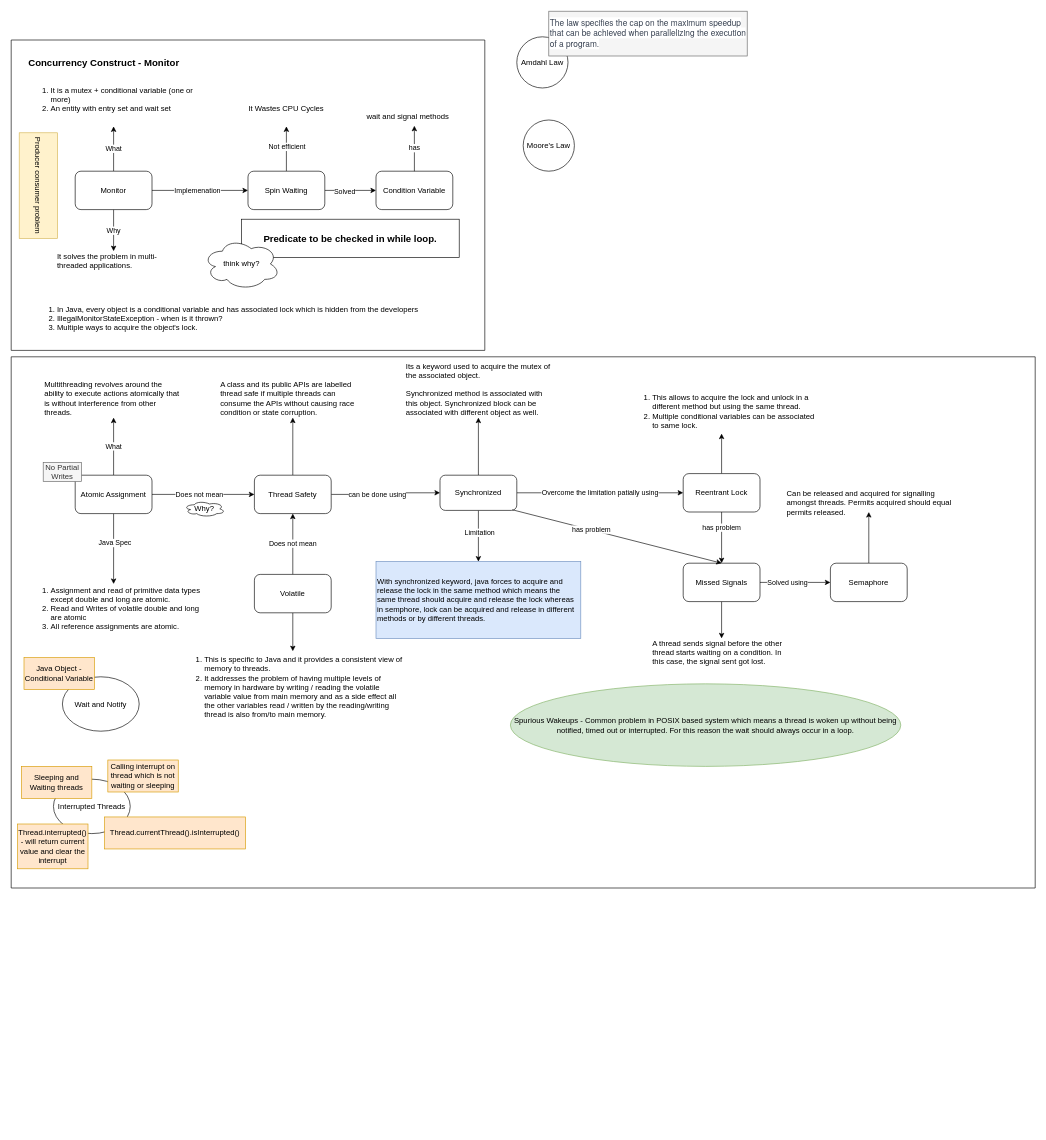
Above: multithreading-java.drawio in balaprojects/graphical_notes (draw.io), before the change. Source tidied: cells renumbered, new cells numbered last; positions are measured from the earlier drawing's top-left corner, leaving out a move shared by most shapes. Both pictures are drawn from the tidied source at 64%, with x=0, y=0 at pixel (-15, 11).
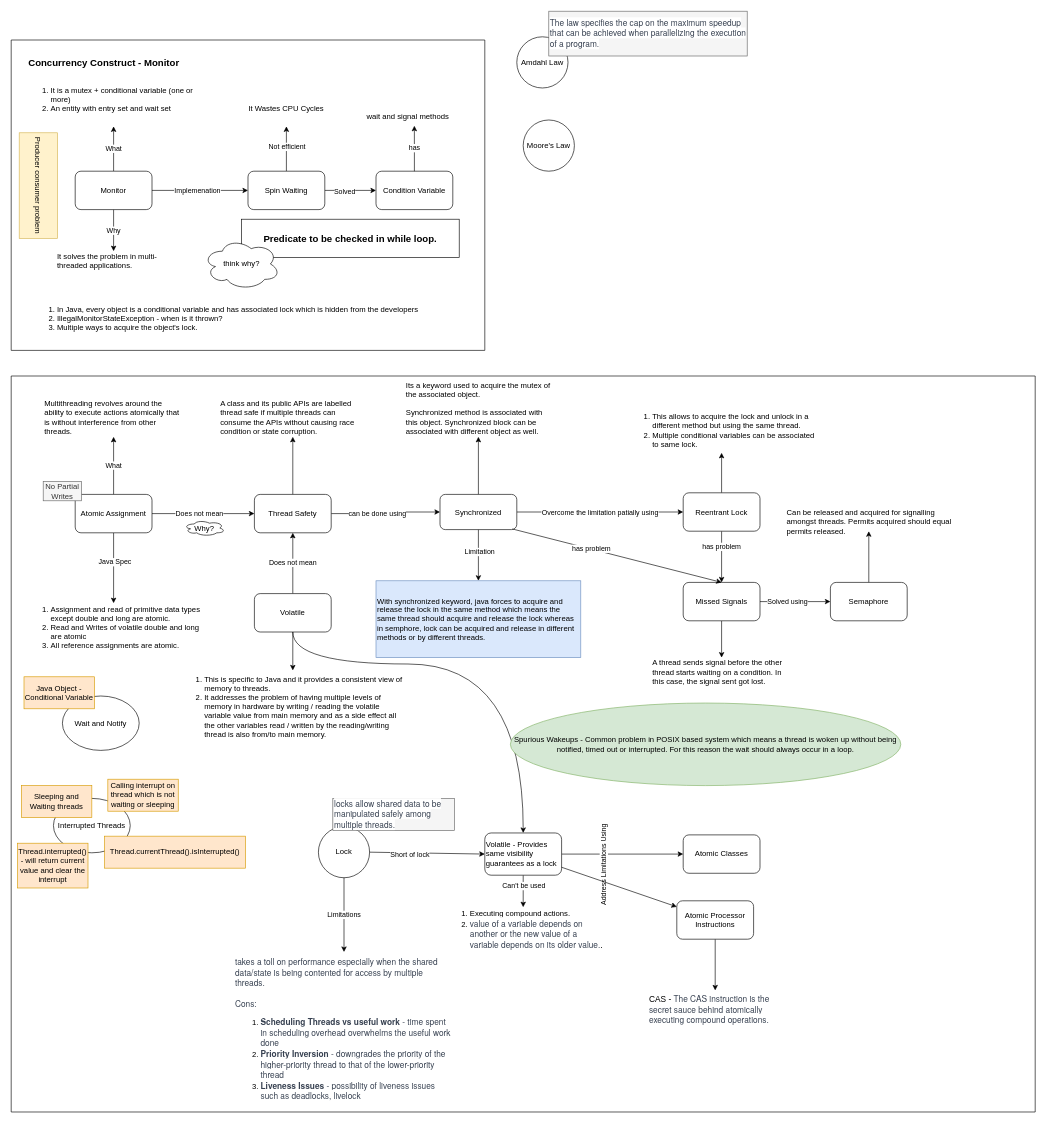
Above is the later version.

The change refers to these unchanged cells:
```xml
<mxCell id="59" value="Volatile" style="rounded=1;whiteSpace=wrap;html=1;" parent="26" vertex="1">
  <mxGeometry x="380" y="340" width="120" height="60" as="geometry" />
</mxCell>
```

Diff of the diagram source:
```diff
@@
     <mxCell id="26" style="swimlane;startSize=0;" parent="1" vertex="1">
-      <mxGeometry x="40" y="540" width="1600" height="830" as="geometry" />
+      <mxGeometry x="40" y="570" width="1600" height="1150" as="geometry" />
     </mxCell>
@@
+    <mxCell id="78" style="edgeStyle=orthogonalEdgeStyle;rounded=0;jettySize=auto;html=1;entryX=0.5;entryY=0;entryDx=0;entryDy=0;curved=1;" parent="26" edge="1" source="59" target="87">
+      <mxGeometry relative="1" as="geometry">
+        <Array as="points">
+          <mxPoint x="440" y="450" />
+          <mxPoint x="800" y="450" />
+        </Array>
+      </mxGeometry>
+    </mxCell>
@@
+    <mxCell id="79" value="Lock" style="ellipse;whiteSpace=wrap;html=1;" parent="26" vertex="1">
+      <mxGeometry x="480" y="704" width="80" height="80" as="geometry" />
+    </mxCell>
+    <mxCell id="80" value="&lt;span style=&quot;color: rgb(55, 65, 81); font-family: &amp;quot;Helvetica Neue&amp;quot;, &amp;quot;SF Pro Display&amp;quot;, Arial, Roboto, system-ui, Georgia, serif; background-color: rgb(255, 255, 255);&quot;&gt;&lt;font style=&quot;font-size: 13px;&quot;&gt;locks allow shared data to be manipulated safely among multiple threads.&lt;/font&gt;&lt;/span&gt;" style="text;html=1;align=left;verticalAlign=middle;whiteSpace=wrap;rounded=0;fillColor=#f5f5f5;strokeColor=#666666;fontColor=#333333;" parent="26" vertex="1">
+      <mxGeometry x="502.5" y="660" width="190" height="50" as="geometry" />
+    </mxCell>
+    <mxCell id="81" value="&lt;div&gt;&lt;span style=&quot;color: rgb(55, 65, 81); font-family: &amp;quot;Helvetica Neue&amp;quot;, &amp;quot;SF Pro Display&amp;quot;, Arial, Roboto, system-ui, Georgia, serif; background-color: rgb(255, 255, 255);&quot;&gt;&lt;font style=&quot;font-size: 13px;&quot;&gt;&lt;br&gt;&lt;/font&gt;&lt;/span&gt;&lt;/div&gt;&lt;div&gt;&lt;span style=&quot;color: rgb(55, 65, 81); font-family: &amp;quot;Helvetica Neue&amp;quot;, &amp;quot;SF Pro Display&amp;quot;, Arial, Roboto, system-ui, Georgia, serif; background-color: rgb(255, 255, 255);&quot;&gt;&lt;font style=&quot;font-size: 13px;&quot;&gt;&lt;br&gt;&lt;/font&gt;&lt;/span&gt;&lt;/div&gt;&lt;div&gt;&lt;span style=&quot;color: rgb(55, 65, 81); font-family: &amp;quot;Helvetica Neue&amp;quot;, &amp;quot;SF Pro Display&amp;quot;, Arial, Roboto, system-ui, Georgia, serif; background-color: rgb(255, 255, 255);&quot;&gt;&lt;font style=&quot;font-size: 13px;&quot;&gt;&lt;br&gt;&lt;/font&gt;&lt;/span&gt;&lt;/div&gt;&lt;div&gt;&lt;span style=&quot;color: rgb(55, 65, 81); font-family: &amp;quot;Helvetica Neue&amp;quot;, &amp;quot;SF Pro Display&amp;quot;, Arial, Roboto, system-ui, Georgia, serif; background-color: rgb(255, 255, 255);&quot;&gt;&lt;font style=&quot;font-size: 13px;&quot;&gt;&lt;br&gt;&lt;/font&gt;&lt;/span&gt;&lt;/div&gt;&lt;div&gt;&lt;span style=&quot;color: rgb(55, 65, 81); font-family: &amp;quot;Helvetica Neue&amp;quot;, &amp;quot;SF Pro Display&amp;quot;, Arial, Roboto, system-ui, Georgia, serif; background-color: rgb(255, 255, 255);&quot;&gt;&lt;font style=&quot;font-size: 13px;&quot;&gt;&lt;br&gt;&lt;/font&gt;&lt;/span&gt;&lt;/div&gt;&lt;div&gt;&lt;span style=&quot;color: rgb(55, 65, 81); font-family: &amp;quot;Helvetica Neue&amp;quot;, &amp;quot;SF Pro Display&amp;quot;, Arial, Roboto, system-ui, Georgia, serif; background-color: rgb(255, 255, 255);&quot;&gt;&lt;font style=&quot;font-size: 13px;&quot;&gt;&lt;br&gt;&lt;/font&gt;&lt;/span&gt;&lt;/div&gt;&lt;div&gt;&lt;span style=&quot;color: rgb(55, 65, 81); font-family: &amp;quot;Helvetica Neue&amp;quot;, &amp;quot;SF Pro Display&amp;quot;, Arial, Roboto, system-ui, Georgia, serif; background-color: rgb(255, 255, 255);&quot;&gt;&lt;font style=&quot;font-size: 13px;&quot;&gt;&lt;br&gt;&lt;/font&gt;&lt;/span&gt;&lt;/div&gt;&lt;div&gt;&lt;span style=&quot;color: rgb(55, 65, 81); font-family: &amp;quot;Helvetica Neue&amp;quot;, &amp;quot;SF Pro Display&amp;quot;, Arial, Roboto, system-ui, Georgia, serif; background-color: rgb(255, 255, 255);&quot;&gt;&lt;font style=&quot;font-size: 13px;&quot;&gt;&lt;br&gt;&lt;/font&gt;&lt;/span&gt;&lt;/div&gt;&lt;div&gt;&lt;span style=&quot;color: rgb(55, 65, 81); font-family: &amp;quot;Helvetica Neue&amp;quot;, &amp;quot;SF Pro Display&amp;quot;, Arial, Roboto, system-ui, Georgia, serif; background-color: rgb(255, 255, 255);&quot;&gt;&lt;font style=&quot;font-size: 13px;&quot;&gt;&lt;br&gt;&lt;/font&gt;&lt;/span&gt;&lt;/div&gt;&lt;div&gt;&lt;span style=&quot;color: rgb(55, 65, 81); font-family: &amp;quot;Helvetica Neue&amp;quot;, &amp;quot;SF Pro Display&amp;quot;, Arial, Roboto, system-ui, Georgia, serif; background-color: rgb(255, 255, 255);&quot;&gt;&lt;font style=&quot;font-size: 13px;&quot;&gt;&lt;br&gt;&lt;/font&gt;&lt;/span&gt;&lt;/div&gt;&lt;div&gt;&lt;span style=&quot;color: rgb(55, 65, 81); font-family: &amp;quot;Helvetica Neue&amp;quot;, &amp;quot;SF Pro Display&amp;quot;, Arial, Roboto, system-ui, Georgia, serif; background-color: rgb(255, 255, 255);&quot;&gt;&lt;font style=&quot;font-size: 13px;&quot;&gt;&lt;br&gt;&lt;/font&gt;&lt;/span&gt;&lt;/div&gt;&lt;div&gt;&lt;span style=&quot;color: rgb(55, 65, 81); font-family: &amp;quot;Helvetica Neue&amp;quot;, &amp;quot;SF Pro Display&amp;quot;, Arial, Roboto, system-ui, Georgia, serif; background-color: rgb(255, 255, 255);&quot;&gt;&lt;font style=&quot;font-size: 13px;&quot;&gt;&lt;br&gt;&lt;/font&gt;&lt;/span&gt;&lt;/div&gt;&lt;div&gt;&lt;br&gt;&lt;/div&gt;&lt;div&gt;&lt;br&gt;&lt;/div&gt;&lt;div&gt;&lt;br&gt;&lt;/div&gt;&lt;span style=&quot;color: rgb(55, 65, 81); font-family: &amp;quot;Helvetica Neue&amp;quot;, &amp;quot;SF Pro Display&amp;quot;, Arial, Roboto, system-ui, Georgia, serif; background-color: rgb(255, 255, 255);&quot;&gt;&lt;font style=&quot;font-size: 13px;&quot;&gt;&lt;div&gt;&lt;span style=&quot;color: rgb(55, 65, 81); font-family: &amp;quot;Helvetica Neue&amp;quot;, &amp;quot;SF Pro Display&amp;quot;, Arial, Roboto, system-ui, Georgia, serif; background-color: rgb(255, 255, 255);&quot;&gt;&lt;font style=&quot;font-size: 13px;&quot;&gt;&lt;br&gt;&lt;/font&gt;&lt;/span&gt;&lt;/div&gt;takes a toll on performance especially when the shared data/state is being contented for access by multiple threads.&lt;/font&gt;&lt;/span&gt;&lt;div&gt;&lt;span style=&quot;color: rgb(55, 65, 81); font-family: &amp;quot;Helvetica Neue&amp;quot;, &amp;quot;SF Pro Display&amp;quot;, Arial, Roboto, system-ui, Georgia, serif; background-color: rgb(255, 255, 255);&quot;&gt;&lt;font style=&quot;font-size: 13px;&quot;&gt;&lt;br&gt;&lt;/font&gt;&lt;/span&gt;&lt;/div&gt;&lt;div&gt;&lt;span style=&quot;color: rgb(55, 65, 81); font-family: &amp;quot;Helvetica Neue&amp;quot;, &amp;quot;SF Pro Display&amp;quot;, Arial, Roboto, system-ui, Georgia, serif; background-color: rgb(255, 255, 255);&quot;&gt;&lt;font style=&quot;font-size: 13px;&quot;&gt;Cons:&lt;/font&gt;&lt;/span&gt;&lt;/div&gt;&lt;div&gt;&lt;ol&gt;&lt;li&gt;&lt;span style=&quot;color: rgb(55, 65, 81); font-family: &amp;quot;Helvetica Neue&amp;quot;, &amp;quot;SF Pro Display&amp;quot;, Arial, Roboto, system-ui, Georgia, serif; background-color: rgb(255, 255, 255);&quot;&gt;&lt;font style=&quot;font-size: 13px;&quot;&gt;&lt;b&gt;Scheduling Threads vs useful work&lt;/b&gt; &lt;/font&gt;&lt;font style=&quot;font-size: 13px;&quot;&gt;-&amp;nbsp;&lt;/font&gt;&lt;/span&gt;&lt;span style=&quot;color: rgb(55, 65, 81); font-family: &amp;quot;Helvetica Neue&amp;quot;, &amp;quot;SF Pro Display&amp;quot;, Arial, Roboto, system-ui, Georgia, serif; background-color: rgb(255, 255, 255);&quot;&gt;&lt;font style=&quot;font-size: 13px;&quot;&gt;time spent in scheduling overhead overwhelms the useful work done&lt;/font&gt;&lt;/span&gt;&lt;/li&gt;&lt;li&gt;&lt;span style=&quot;color: rgb(55, 65, 81); font-family: &amp;quot;Helvetica Neue&amp;quot;, &amp;quot;SF Pro Display&amp;quot;, Arial, Roboto, system-ui, Georgia, serif; background-color: rgb(255, 255, 255);&quot;&gt;&lt;font style=&quot;font-size: 13px;&quot;&gt;&lt;b&gt;Priority Inversion&lt;/b&gt; -&amp;nbsp;&lt;/font&gt;&lt;/span&gt;&lt;span style=&quot;color: rgb(55, 65, 81); font-family: &amp;quot;Helvetica Neue&amp;quot;, &amp;quot;SF Pro Display&amp;quot;, Arial, Roboto, system-ui, Georgia, serif; background-color: rgb(255, 255, 255);&quot;&gt;&lt;font style=&quot;font-size: 13px;&quot;&gt;downgrades the priority of the higher-priority thread to that of the lower-priority thread&lt;/font&gt;&lt;/span&gt;&lt;/li&gt;&lt;li&gt;&lt;span style=&quot;color: rgb(55, 65, 81); font-family: &amp;quot;Helvetica Neue&amp;quot;, &amp;quot;SF Pro Display&amp;quot;, Arial, Roboto, system-ui, Georgia, serif; background-color: rgb(255, 255, 255);&quot;&gt;&lt;font style=&quot;font-size: 13px;&quot;&gt;&lt;b&gt;Liveness Issues&lt;/b&gt; -&amp;nbsp;&lt;/font&gt;&lt;/span&gt;&lt;span style=&quot;color: rgb(55, 65, 81); font-family: &amp;quot;Helvetica Neue&amp;quot;, &amp;quot;SF Pro Display&amp;quot;, Arial, Roboto, system-ui, Georgia, serif; background-color: rgb(255, 255, 255);&quot;&gt;&lt;font style=&quot;font-size: 13px;&quot;&gt;possibility of liveness issues such as deadlocks, livelock&lt;/font&gt;&lt;/span&gt;&lt;/li&gt;&lt;/ol&gt;&lt;div&gt;&lt;font face=&quot;Helvetica Neue, SF Pro Display, Arial, Roboto, system-ui, Georgia, serif&quot; color=&quot;#374151&quot;&gt;&lt;span style=&quot;font-size: 13px;&quot;&gt;&lt;br&gt;&lt;/span&gt;&lt;/font&gt;&lt;/div&gt;&lt;/div&gt;&lt;div&gt;&lt;font face=&quot;Helvetica Neue, SF Pro Display, Arial, Roboto, system-ui, Georgia, serif&quot; color=&quot;#374151&quot;&gt;&lt;span style=&quot;font-size: 13px;&quot;&gt;&lt;br&gt;&lt;/span&gt;&lt;/font&gt;&lt;/div&gt;" style="text;html=1;align=left;verticalAlign=middle;whiteSpace=wrap;rounded=0;" parent="26" vertex="1">
+      <mxGeometry x="347.5" y="900" width="345" height="30" as="geometry" />
+    </mxCell>
+    <mxCell id="82" value="Limitations" style="edgeStyle=orthogonalEdgeStyle;rounded=0;jettySize=auto;html=1;" parent="26" edge="1" source="79" target="81">
+      <mxGeometry relative="1" as="geometry" />
+    </mxCell>
+    <mxCell id="83" style="edgeStyle=orthogonalEdgeStyle;rounded=0;jettySize=auto;html=1;" parent="26" edge="1" source="87" target="90">
+      <mxGeometry relative="1" as="geometry" />
+    </mxCell>
+    <mxCell id="84" value="Can't be used" style="edgeLabel;html=1;align=center;verticalAlign=middle;" parent="83" vertex="1">
+      <mxGeometry x="-0.38" relative="1" as="geometry" />
+    </mxCell>
+    <mxCell id="85" style="edgeStyle=orthogonalEdgeStyle;rounded=0;jettySize=auto;html=1;" parent="26" edge="1" source="87" target="91">
+      <mxGeometry relative="1" as="geometry" />
+    </mxCell>
+    <mxCell id="86" value="Address Limitations Using" style="edgeLabel;html=1;align=center;verticalAlign=middle;rotation=270;" parent="85" vertex="1">
+      <mxGeometry x="-0.2" y="1" relative="1" as="geometry">
+        <mxPoint x="-11" y="19" as="offset" />
+      </mxGeometry>
+    </mxCell>
+    <mxCell id="87" value="Volatile - Provides same visibility guarantees as a lock" style="rounded=1;whiteSpace=wrap;html=1;align=left;" parent="26" vertex="1">
+      <mxGeometry x="740" y="714" width="120" height="66" as="geometry" />
+    </mxCell>
+    <mxCell id="88" style="endArrow=classic;html=1;rounded=0;exitX=1;exitY=0.5;exitDx=0;exitDy=0;entryX=0;entryY=0.5;entryDx=0;entryDy=0;" parent="26" edge="1" source="79" target="87">
+      <mxGeometry relative="1" as="geometry" />
+    </mxCell>
+    <mxCell id="89" value="Short of lock" style="edgeLabel;html=1;align=center;verticalAlign=middle;" parent="88" vertex="1">
+      <mxGeometry x="-0.3" y="-1" relative="1" as="geometry">
+        <mxPoint y="1" as="offset" />
+      </mxGeometry>
+    </mxCell>
+    <mxCell id="90" value="&lt;ol&gt;&lt;li&gt;Executing compound actions.&lt;/li&gt;&lt;li&gt;&lt;font style=&quot;font-size: 13px;&quot;&gt;&lt;span style=&quot;color: rgb(55, 65, 81); font-family: &amp;quot;Helvetica Neue&amp;quot;, &amp;quot;SF Pro Display&amp;quot;, Arial, Roboto, system-ui, Georgia, serif; background-color: rgb(255, 255, 255);&quot;&gt;value of a variable depends on another or the new value of a variable depends on its older value.&lt;/span&gt;.&lt;/font&gt;&lt;/li&gt;&lt;/ol&gt;" style="text;html=1;align=left;verticalAlign=middle;whiteSpace=wrap;rounded=0;" parent="26" vertex="1">
+      <mxGeometry x="675" y="830" width="250" height="70" as="geometry" />
+    </mxCell>
+    <mxCell id="91" value="Atomic Classes" style="whiteSpace=wrap;html=1;align=center;rounded=1;" parent="26" vertex="1">
+      <mxGeometry x="1050" y="717" width="120" height="60" as="geometry" />
+    </mxCell>
+    <mxCell id="92" style="edgeStyle=orthogonalEdgeStyle;rounded=0;jettySize=auto;html=1;entryX=0.5;entryY=0;entryDx=0;entryDy=0;" parent="26" edge="1" source="93" target="95">
+      <mxGeometry relative="1" as="geometry" />
+    </mxCell>
+    <mxCell id="93" value="Atomic Processor Instructions" style="whiteSpace=wrap;html=1;align=center;rounded=1;" parent="26" vertex="1">
+      <mxGeometry x="1040" y="820" width="120" height="60" as="geometry" />
+    </mxCell>
+    <mxCell id="94" style="endArrow=classic;html=1;rounded=0;" parent="26" edge="1" source="87" target="93">
+      <mxGeometry relative="1" as="geometry" />
+    </mxCell>
+    <mxCell id="95" value="&lt;div&gt;&lt;font style=&quot;font-size: 13px;&quot;&gt;&lt;br&gt;&lt;/font&gt;&lt;/div&gt;&lt;font style=&quot;font-size: 13px;&quot;&gt;&lt;div&gt;&lt;font style=&quot;font-size: 13px;&quot;&gt;&lt;br&gt;&lt;/font&gt;&lt;/div&gt;CAS -&amp;nbsp;&lt;span style=&quot;color: rgb(55, 65, 81); font-family: &amp;quot;Helvetica Neue&amp;quot;, &amp;quot;SF Pro Display&amp;quot;, Arial, Roboto, system-ui, Georgia, serif; background-color: rgb(255, 255, 255);&quot;&gt;The CAS instruction is the secret sauce behind atomically executing compound operations.&lt;/span&gt;&lt;/font&gt;" style="text;html=1;align=left;verticalAlign=middle;whiteSpace=wrap;rounded=0;" parent="26" vertex="1">
+      <mxGeometry x="995" y="960" width="210" height="30" as="geometry" />
+    </mxCell>
```
